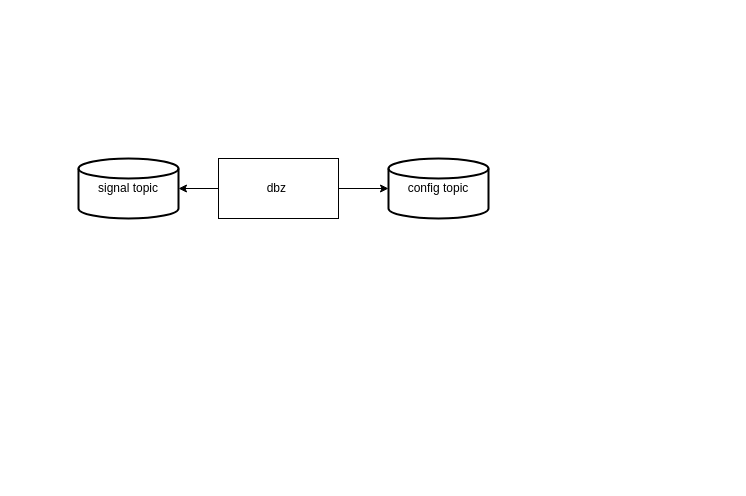
Before: images/大分表历史同步.drawio in MyLanPangzi/docs, a draw.io diagram. Source tidied: cells renumbered, new cells numbered last; positions are measured from the earlier drawing's top-left corner, leaving out a move shared by most shapes. Both pictures are drawn from the tidied source at 100%, with x=0, y=0 at pixel (78, 158).
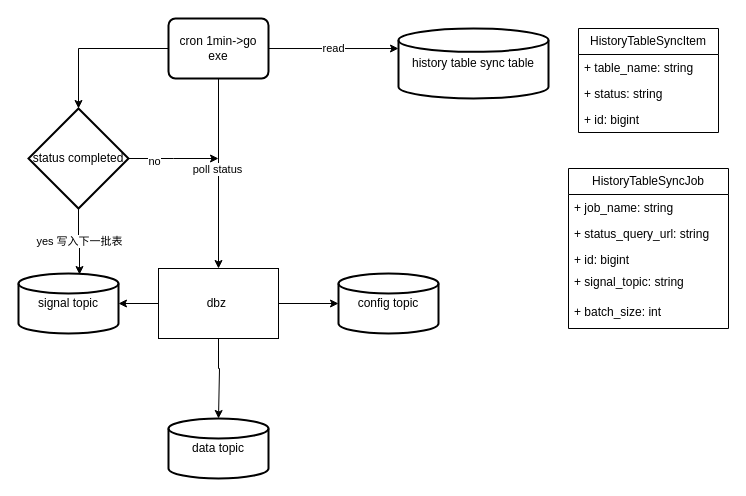
Above is the later version.

Commit message (it also covers changes not shown here):
更新大分表历史同步.drawio

The edit, as a diff of the source:
```diff
@@
+    <mxCell id="7" style="edgeStyle=orthogonalEdgeStyle;rounded=0;jettySize=auto;html=1;entryX=0.5;entryY=0;entryDx=0;entryDy=0;entryPerimeter=0;" parent="1" edge="1" source="3" target="8">
+      <mxGeometry relative="1" as="geometry">
+        <Array as="points">
+          <mxPoint x="140" y="210" />
+          <mxPoint x="141" y="210" />
+        </Array>
+      </mxGeometry>
+    </mxCell>
     <mxCell id="3" value="dbz&amp;nbsp;" style="rounded=0;whiteSpace=wrap;html=1;" parent="1" vertex="1">
-      <mxGeometry x="140" width="120" height="60" as="geometry" />
+      <mxGeometry x="80" y="110" width="120" height="70" as="geometry" />
     </mxCell>
     <mxCell id="4" value="config topic" style="strokeWidth=2;html=1;shape=mxgraph.flowchart.database;whiteSpace=wrap;" parent="1" vertex="1">
-      <mxGeometry x="310" width="100" height="60" as="geometry" />
+      <mxGeometry x="260" y="115" width="100" height="60" as="geometry" />
     </mxCell>
     <mxCell id="5" value="signal topic" style="strokeWidth=2;html=1;shape=mxgraph.flowchart.database;whiteSpace=wrap;" parent="1" vertex="1">
-      <mxGeometry width="100" height="60" as="geometry" />
+      <mxGeometry x="-60" y="115" width="100" height="60" as="geometry" />
     </mxCell>
@@
+    <mxCell id="8" value="data topic" style="strokeWidth=2;html=1;shape=mxgraph.flowchart.database;whiteSpace=wrap;" parent="1" vertex="1">
+      <mxGeometry x="90" y="260" width="100" height="60" as="geometry" />
+    </mxCell>
+    <mxCell id="9" style="edgeStyle=orthogonalEdgeStyle;rounded=0;jettySize=auto;html=1;entryX=0.5;entryY=0;entryDx=0;entryDy=0;" parent="1" edge="1" source="11" target="3">
+      <mxGeometry relative="1" as="geometry" />
+    </mxCell>
+    <mxCell id="10" value="poll status" style="edgeLabel;html=1;align=center;verticalAlign=middle;" parent="9" vertex="1">
+      <mxGeometry x="-0.05" y="-2" relative="1" as="geometry" />
+    </mxCell>
+    <mxCell id="11" value="cron 1min-&amp;gt;go exe" style="rounded=1;whiteSpace=wrap;html=1;absoluteArcSize=1;arcSize=14;strokeWidth=2;" parent="1" vertex="1">
+      <mxGeometry x="90" y="-140" width="100" height="60" as="geometry" />
+    </mxCell>
+    <mxCell id="12" style="edgeStyle=orthogonalEdgeStyle;rounded=0;jettySize=auto;html=1;exitX=1;exitY=0.5;exitDx=0;exitDy=0;exitPerimeter=0;" parent="1" edge="1" source="14">
+      <mxGeometry relative="1" as="geometry">
+        <mxPoint x="140" as="targetPoint" />
+      </mxGeometry>
+    </mxCell>
+    <mxCell id="13" value="no" style="edgeLabel;html=1;align=center;verticalAlign=middle;" parent="12" vertex="1">
+      <mxGeometry x="-0.45" y="-2" relative="1" as="geometry" />
+    </mxCell>
+    <mxCell id="14" value="status completed" style="strokeWidth=2;html=1;shape=mxgraph.flowchart.decision;whiteSpace=wrap;" parent="1" vertex="1">
+      <mxGeometry x="-50" y="-50" width="100" height="100" as="geometry" />
+    </mxCell>
+    <mxCell id="15" style="edgeStyle=orthogonalEdgeStyle;rounded=0;jettySize=auto;html=1;entryX=0.5;entryY=0;entryDx=0;entryDy=0;entryPerimeter=0;" parent="1" edge="1" source="11" target="14">
+      <mxGeometry relative="1" as="geometry" />
+    </mxCell>
+    <mxCell id="16" value="yes 写入下一批表" style="edgeStyle=orthogonalEdgeStyle;rounded=0;jettySize=auto;html=1;entryX=0.61;entryY=0.017;entryDx=0;entryDy=0;entryPerimeter=0;" parent="1" edge="1" source="14" target="5">
+      <mxGeometry relative="1" as="geometry" />
+    </mxCell>
+    <mxCell id="17" value="history table sync table" style="strokeWidth=2;html=1;shape=mxgraph.flowchart.database;whiteSpace=wrap;" parent="1" vertex="1">
+      <mxGeometry x="320" y="-130" width="150" height="70" as="geometry" />
+    </mxCell>
+    <mxCell id="18" value="read" style="edgeStyle=orthogonalEdgeStyle;rounded=0;jettySize=auto;html=1;entryX=0;entryY=0.286;entryDx=0;entryDy=0;entryPerimeter=0;" parent="1" edge="1" source="11" target="17">
+      <mxGeometry relative="1" as="geometry" />
+    </mxCell>
+    <mxCell id="19" value="HistoryTableSyncItem" style="swimlane;fontStyle=0;horizontal=1;startSize=26;fillColor=none;whiteSpace=wrap;html=1;" parent="1" vertex="1">
+      <mxGeometry x="500" y="-130" width="140" height="104" as="geometry" />
+    </mxCell>
+    <mxCell id="20" value="+ table_name: string" style="text;strokeColor=none;fillColor=none;align=left;verticalAlign=top;spacingLeft=4;spacingRight=4;overflow=hidden;whiteSpace=wrap;html=1;" parent="19" vertex="1">
+      <mxGeometry y="26" width="140" height="26" as="geometry" />
+    </mxCell>
+    <mxCell id="21" value="+ status: string" style="text;strokeColor=none;fillColor=none;align=left;verticalAlign=top;spacingLeft=4;spacingRight=4;overflow=hidden;whiteSpace=wrap;html=1;" parent="19" vertex="1">
+      <mxGeometry y="52" width="140" height="26" as="geometry" />
+    </mxCell>
+    <mxCell id="22" value="+ id: bigint" style="text;strokeColor=none;fillColor=none;align=left;verticalAlign=top;spacingLeft=4;spacingRight=4;overflow=hidden;whiteSpace=wrap;html=1;" parent="19" vertex="1">
+      <mxGeometry y="78" width="140" height="26" as="geometry" />
+    </mxCell>
+    <mxCell id="23" value="HistoryTableSyncJob" style="swimlane;fontStyle=0;horizontal=1;startSize=26;fillColor=none;whiteSpace=wrap;html=1;" parent="1" vertex="1">
+      <mxGeometry x="490" y="10" width="160" height="160" as="geometry" />
+    </mxCell>
+    <mxCell id="24" value="+ job_name: string" style="text;strokeColor=none;fillColor=none;align=left;verticalAlign=top;spacingLeft=4;spacingRight=4;overflow=hidden;whiteSpace=wrap;html=1;" parent="23" vertex="1">
+      <mxGeometry y="26" width="160" height="26" as="geometry" />
+    </mxCell>
+    <mxCell id="25" value="+ status_query_url: string" style="text;strokeColor=none;fillColor=none;align=left;verticalAlign=top;spacingLeft=4;spacingRight=4;overflow=hidden;whiteSpace=wrap;html=1;" parent="23" vertex="1">
+      <mxGeometry y="52" width="160" height="26" as="geometry" />
+    </mxCell>
+    <mxCell id="26" value="+ id: bigint" style="text;strokeColor=none;fillColor=none;align=left;verticalAlign=top;spacingLeft=4;spacingRight=4;overflow=hidden;whiteSpace=wrap;html=1;" parent="23" vertex="1">
+      <mxGeometry y="78" width="160" height="22" as="geometry" />
+    </mxCell>
+    <mxCell id="27" value="+ signal_topic: string" style="text;strokeColor=none;fillColor=none;align=left;verticalAlign=top;spacingLeft=4;spacingRight=4;overflow=hidden;whiteSpace=wrap;html=1;" parent="23" vertex="1">
+      <mxGeometry y="100" width="160" height="30" as="geometry" />
+    </mxCell>
+    <mxCell id="28" value="+ batch_size: int" style="text;strokeColor=none;fillColor=none;align=left;verticalAlign=top;spacingLeft=4;spacingRight=4;overflow=hidden;whiteSpace=wrap;html=1;" parent="23" vertex="1">
+      <mxGeometry y="130" width="160" height="30" as="geometry" />
+    </mxCell>
```
